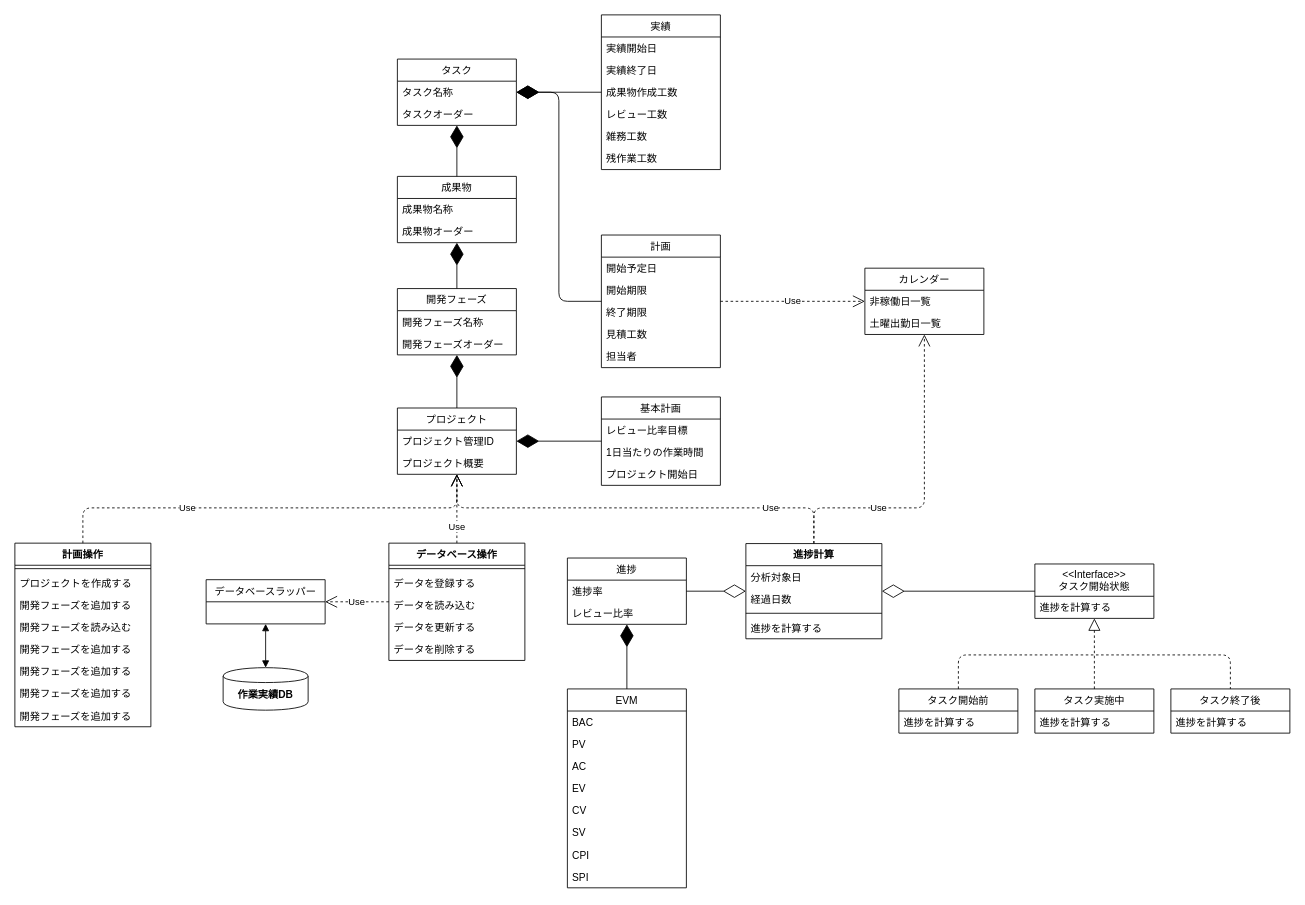
narusekaoru/WorkPerformanceRecord keeps this draw.io diagram as Doc/SDD/WPR_クラス図.drawio. Above is the earlier version. Source tidied: cells renumbered, new cells numbered last; positions are measured from the earlier drawing's top-left corner, leaving out a move shared by most shapes. Both pictures are drawn from the tidied source at 85%, with x=0, y=0 at pixel (14, 14).
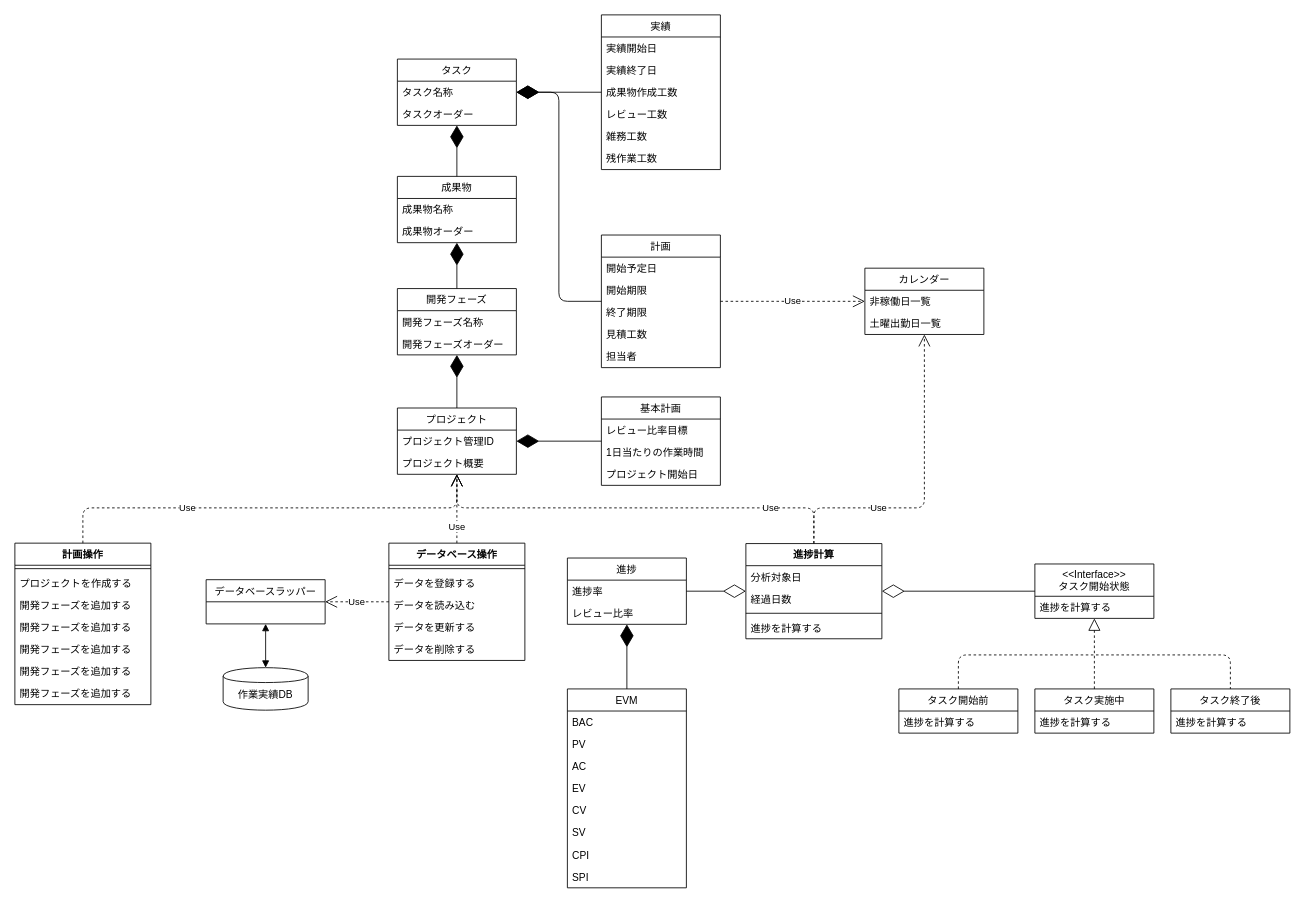
Above is the later version.

Commit message:
WPR_クラス図.drawio を更新します

Unchanged cells that the change refers to:
```xml
<mxCell id="77" style="group;" parent="1" vertex="1">
  <mxGeometry x="245" y="768" width="100" height="50" as="geometry" />
</mxCell>
```

Change to the diagram source:
```diff
@@
+    <mxCell id="96" style="group;fontStyle=1;" parent="77" vertex="1">
+      <mxGeometry width="100" height="50" as="geometry" />
+    </mxCell>
-    <mxCell id="78" style="shape=cylinder;whiteSpace=wrap;html=1;boundedLbl=1;backgroundOutline=1;" parent="77" vertex="1">
+    <mxCell id="78" style="shape=cylinder;whiteSpace=wrap;html=1;boundedLbl=1;backgroundOutline=1;" parent="96" vertex="1">
       <mxGeometry width="100" height="50" as="geometry" />
     </mxCell>
-    <mxCell id="79" value="作業実績DB" style="text;align=center;fontStyle=1;verticalAlign=middle;spacingLeft=3;spacingRight=3;strokeColor=none;" parent="77" vertex="1">
+    <mxCell id="79" value="作業実績DB" style="text;align=center;fontStyle=0;verticalAlign=middle;spacingLeft=3;spacingRight=3;strokeColor=none;" parent="96" vertex="1">
       <mxGeometry x="10" y="18" width="80" height="26" as="geometry" />
     </mxCell>
@@
     <mxCell id="86" value="計画操作" style="swimlane;fontStyle=1;align=center;verticalAlign=top;horizontal=1;startSize=26;" parent="1" vertex="1">
-      <mxGeometry y="621.5" width="160" height="216" as="geometry" />
+      <mxGeometry y="621.5" width="160" height="190" as="geometry" />
     </mxCell>
@@
-    <mxCell id="90" value="開発フェーズを読み込む" style="text;strokeColor=none;fillColor=none;align=left;verticalAlign=top;spacingLeft=4;spacingRight=4;overflow=hidden;" parent="86" vertex="1">
-      <mxGeometry y="86" width="160" height="26" as="geometry" />
-    </mxCell>
     <mxCell id="91" value="開発フェーズを追加する" style="text;strokeColor=none;fillColor=none;align=left;verticalAlign=top;spacingLeft=4;spacingRight=4;overflow=hidden;" parent="86" vertex="1">
-      <mxGeometry y="112" width="160" height="26" as="geometry" />
+      <mxGeometry y="86" width="160" height="26" as="geometry" />
     </mxCell>
     <mxCell id="92" value="開発フェーズを追加する" style="text;strokeColor=none;fillColor=none;align=left;verticalAlign=top;spacingLeft=4;spacingRight=4;overflow=hidden;" parent="86" vertex="1">
-      <mxGeometry y="138" width="160" height="26" as="geometry" />
+      <mxGeometry y="112" width="160" height="26" as="geometry" />
     </mxCell>
     <mxCell id="93" value="開発フェーズを追加する" style="text;strokeColor=none;fillColor=none;align=left;verticalAlign=top;spacingLeft=4;spacingRight=4;overflow=hidden;" parent="86" vertex="1">
-      <mxGeometry y="164" width="160" height="26" as="geometry" />
+      <mxGeometry y="138" width="160" height="26" as="geometry" />
     </mxCell>
     <mxCell id="94" value="開発フェーズを追加する" style="text;strokeColor=none;fillColor=none;align=left;verticalAlign=top;spacingLeft=4;spacingRight=4;overflow=hidden;" parent="86" vertex="1">
-      <mxGeometry y="190" width="160" height="26" as="geometry" />
+      <mxGeometry y="164" width="160" height="26" as="geometry" />
     </mxCell>
```
